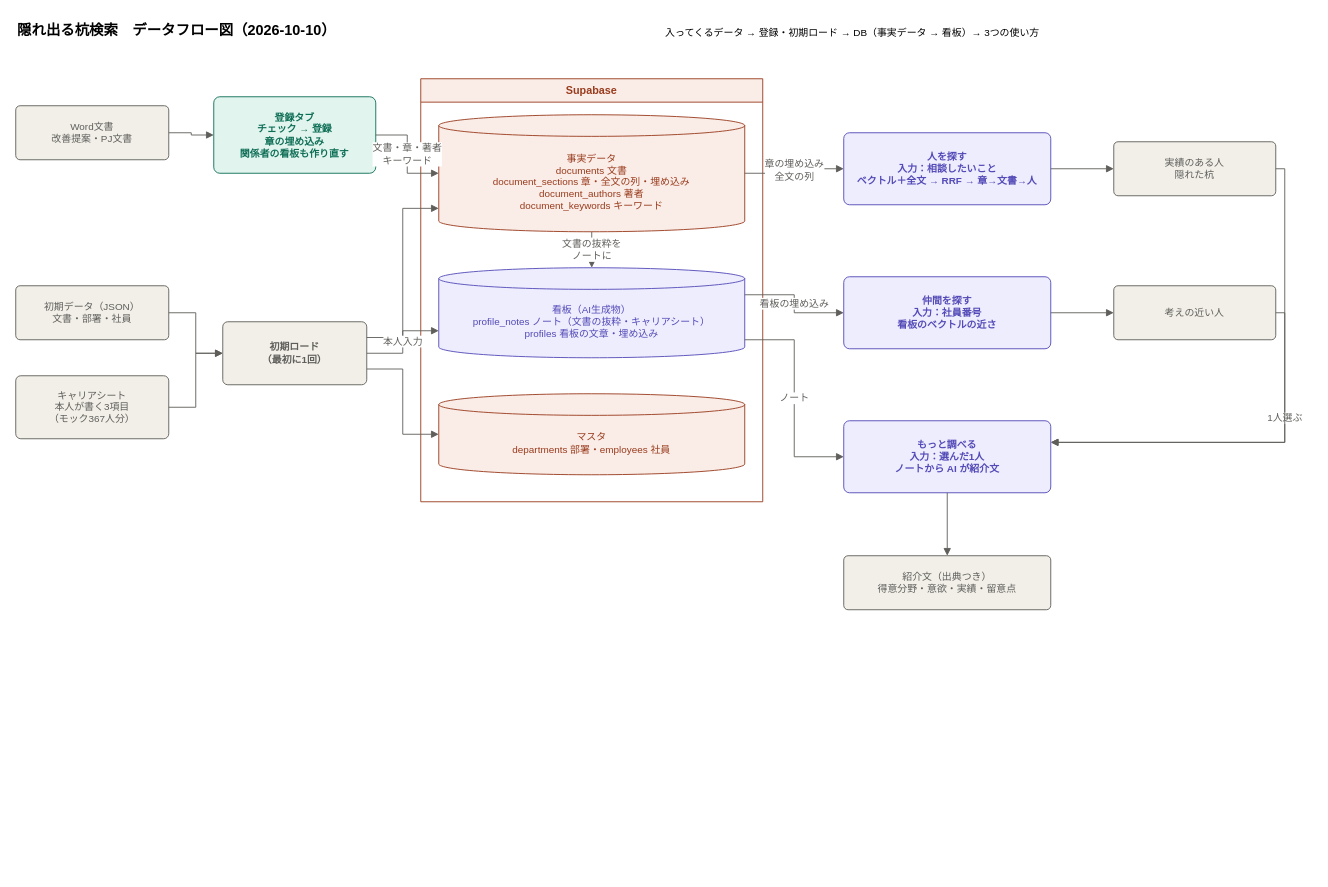
Above: page "データフロー" (2 of 2) of docs/architecture.drawio in emon0415/DATA-TRIANGLE_261013 (draw.io), before the change. Source tidied: cells renumbered, new cells numbered last; positions are measured from the earlier drawing's top-left corner, leaving out a move shared by most shapes. Both pictures are drawn from the tidied source at 90%, with x=0, y=0 at pixel (15, 15).
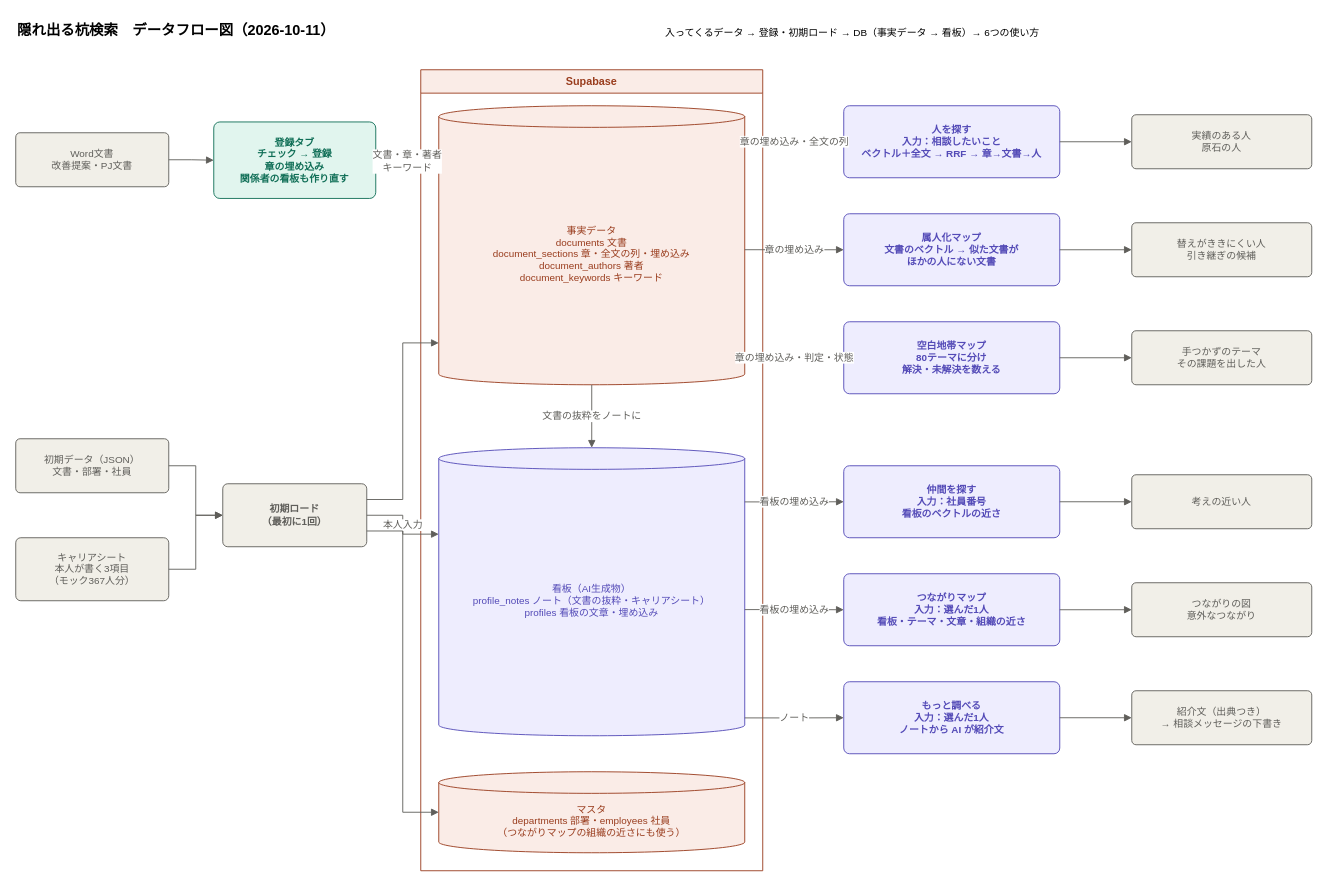
After the change.

What changed in the source:
```diff
@@
-    <mxCell id="2" value="隠れ出る杭検索　データフロー図（2026-10-10）" style="text;html=1;whiteSpace=wrap;align=left;verticalAlign=top;fontSize=16;fontStyle=1;" parent="1" vertex="1">
+    <mxCell id="2" value="隠れ出る杭検索　データフロー図（2026-10-11）" style="text;html=1;whiteSpace=wrap;align=left;verticalAlign=top;fontSize=16;fontStyle=1;" parent="1" vertex="1">
       <mxGeometry width="700" height="30" as="geometry" />
     </mxCell>
-    <mxCell id="3" value="入ってくるデータ → 登録・初期ロード → DB（事実データ → 看板）→ 3つの使い方" style="text;html=1;whiteSpace=wrap;align=left;verticalAlign=top;fontSize=11;" parent="1" vertex="1">
+    <mxCell id="3" value="入ってくるデータ → 登録・初期ロード → DB（事実データ → 看板）→ 6つの使い方" style="text;html=1;whiteSpace=wrap;align=left;verticalAlign=top;fontSize=11;" parent="1" vertex="1">
       <mxGeometry x="720" y="6" width="640" height="24" as="geometry" />
     </mxCell>
     <mxCell id="4" value="Word文書&lt;br&gt;改善提案・PJ文書" style="rounded=1;arcSize=8;whiteSpace=wrap;html=1;fontSize=11;fillColor=#F1EFE8;strokeColor=#5F5E5A;fontColor=#5F5E5A;" parent="1" vertex="1">
-      <mxGeometry y="100" width="170" height="60" as="geometry" />
+      <mxGeometry y="130" width="170" height="60" as="geometry" />
     </mxCell>
     <mxCell id="5" value="初期データ（JSON）&lt;br&gt;文書・部署・社員" style="rounded=1;arcSize=8;whiteSpace=wrap;html=1;fontSize=11;fillColor=#F1EFE8;strokeColor=#5F5E5A;fontColor=#5F5E5A;" parent="1" vertex="1">
-      <mxGeometry y="300" width="170" height="60" as="geometry" />
+      <mxGeometry y="470" width="170" height="60" as="geometry" />
     </mxCell>
     <mxCell id="6" value="キャリアシート&lt;br&gt;本人が書く3項目&lt;br&gt;（モック367人分）" style="rounded=1;arcSize=8;whiteSpace=wrap;html=1;fontSize=11;fillColor=#F1EFE8;strokeColor=#5F5E5A;fontColor=#5F5E5A;" parent="1" vertex="1">
-      <mxGeometry y="400" width="170" height="70" as="geometry" />
+      <mxGeometry y="580" width="170" height="70" as="geometry" />
     </mxCell>
     <mxCell id="7" value="登録タブ&lt;br&gt;チェック → 登録&lt;br&gt;章の埋め込み&lt;br&gt;関係者の看板も作り直す" style="rounded=1;arcSize=8;whiteSpace=wrap;html=1;fontSize=11;fillColor=#E1F5EE;strokeColor=#0F6E56;fontColor=#0F6E56;fontStyle=1;" parent="1" vertex="1">
-      <mxGeometry x="220" y="90" width="180" height="85" as="geometry" />
+      <mxGeometry x="220" y="118" width="180" height="85" as="geometry" />
     </mxCell>
     <mxCell id="8" value="初期ロード&lt;br&gt;（最初に1回）" style="rounded=1;arcSize=8;whiteSpace=wrap;html=1;fontSize=11;fillColor=#F1EFE8;strokeColor=#5F5E5A;fontColor=#5F5E5A;fontStyle=1;" parent="1" vertex="1">
-      <mxGeometry x="230" y="340" width="160" height="70" as="geometry" />
+      <mxGeometry x="230" y="520" width="160" height="70" as="geometry" />
     </mxCell>
     <mxCell id="9" value="Supabase" style="swimlane;fontStyle=1;startSize=26;horizontal=1;html=1;whiteSpace=wrap;fillColor=#FAECE7;strokeColor=#993C1D;fontColor=#993C1D;swimlaneFillColor=#FFFFFF;rounded=0;" parent="1" vertex="1">
-      <mxGeometry x="450" y="70" width="380" height="470" as="geometry" />
+      <mxGeometry x="450" y="60" width="380" height="890" as="geometry" />
     </mxCell>
     <mxCell id="10" value="事実データ&lt;br&gt;documents 文書&lt;br&gt;document_sections 章・全文の列・埋め込み&lt;br&gt;document_authors 著者&lt;br&gt;document_keywords キーワード" style="shape=cylinder3;boundedLbl=1;backgroundOutline=1;size=12;whiteSpace=wrap;html=1;fontSize=11;fillColor=#FAECE7;strokeColor=#993C1D;fontColor=#993C1D;" parent="9" vertex="1">
-      <mxGeometry x="20" y="40" width="340" height="130" as="geometry" />
+      <mxGeometry x="20" y="40" width="340" height="310" as="geometry" />
     </mxCell>
     <mxCell id="11" value="看板（AI生成物）&lt;br&gt;profile_notes ノート（文書の抜粋・キャリアシート）&lt;br&gt;profiles 看板の文章・埋め込み" style="shape=cylinder3;boundedLbl=1;backgroundOutline=1;size=12;whiteSpace=wrap;html=1;fontSize=11;fillColor=#EEEDFE;strokeColor=#534AB7;fontColor=#534AB7;" parent="9" vertex="1">
-      <mxGeometry x="20" y="210" width="340" height="100" as="geometry" />
+      <mxGeometry x="20" y="420" width="340" height="320" as="geometry" />
     </mxCell>
-    <mxCell id="12" value="マスタ&lt;br&gt;departments 部署・employees 社員" style="shape=cylinder3;boundedLbl=1;backgroundOutline=1;size=12;whiteSpace=wrap;html=1;fontSize=11;fillColor=#FAECE7;strokeColor=#993C1D;fontColor=#993C1D;" parent="9" vertex="1">
-      <mxGeometry x="20" y="350" width="340" height="90" as="geometry" />
+    <mxCell id="12" value="マスタ&lt;br&gt;departments 部署・employees 社員&lt;br&gt;（つながりマップの組織の近さにも使う）" style="shape=cylinder3;boundedLbl=1;backgroundOutline=1;size=12;whiteSpace=wrap;html=1;fontSize=11;fillColor=#FAECE7;strokeColor=#993C1D;fontColor=#993C1D;" parent="9" vertex="1">
+      <mxGeometry x="20" y="780" width="340" height="90" as="geometry" />
     </mxCell>
     <mxCell id="13" value="人を探す&lt;br&gt;入力：相談したいこと&lt;br&gt;ベクトル＋全文 → RRF → 章→文書→人" style="rounded=1;arcSize=8;whiteSpace=wrap;html=1;fontSize=11;fillColor=#EEEDFE;strokeColor=#534AB7;fontColor=#534AB7;fontStyle=1;" parent="1" vertex="1">
-      <mxGeometry x="920" y="130" width="230" height="80" as="geometry" />
+      <mxGeometry x="920" y="100" width="240" height="80" as="geometry" />
     </mxCell>
-    <mxCell id="14" value="仲間を探す&lt;br&gt;入力：社員番号&lt;br&gt;看板のベクトルの近さ" style="rounded=1;arcSize=8;whiteSpace=wrap;html=1;fontSize=11;fillColor=#EEEDFE;strokeColor=#534AB7;fontColor=#534AB7;fontStyle=1;" parent="1" vertex="1">
-      <mxGeometry x="920" y="290" width="230" height="80" as="geometry" />
-    </mxCell>
-    <mxCell id="15" value="もっと調べる&lt;br&gt;入力：選んだ1人&lt;br&gt;ノートから AI が紹介文" style="rounded=1;arcSize=8;whiteSpace=wrap;html=1;fontSize=11;fillColor=#EEEDFE;strokeColor=#534AB7;fontColor=#534AB7;fontStyle=1;" parent="1" vertex="1">
-      <mxGeometry x="920" y="450" width="230" height="80" as="geometry" />
-    </mxCell>
-    <mxCell id="16" value="実績のある人&lt;br&gt;隠れた杭" style="rounded=1;arcSize=8;whiteSpace=wrap;html=1;fontSize=11;fillColor=#F1EFE8;strokeColor=#5F5E5A;fontColor=#5F5E5A;" parent="1" vertex="1">
-      <mxGeometry x="1220" y="140" width="180" height="60" as="geometry" />
+    <mxCell id="16" value="実績のある人&lt;br&gt;原石の人" style="rounded=1;arcSize=8;whiteSpace=wrap;html=1;fontSize=11;fillColor=#F1EFE8;strokeColor=#5F5E5A;fontColor=#5F5E5A;" parent="1" vertex="1">
+      <mxGeometry x="1240" y="110" width="200" height="60" as="geometry" />
     </mxCell>
-    <mxCell id="17" value="考えの近い人" style="rounded=1;arcSize=8;whiteSpace=wrap;html=1;fontSize=11;fillColor=#F1EFE8;strokeColor=#5F5E5A;fontColor=#5F5E5A;" parent="1" vertex="1">
-      <mxGeometry x="1220" y="300" width="180" height="60" as="geometry" />
-    </mxCell>
-    <mxCell id="18" value="紹介文（出典つき）&lt;br&gt;得意分野・意欲・実績・留意点" style="rounded=1;arcSize=8;whiteSpace=wrap;html=1;fontSize=11;fillColor=#F1EFE8;strokeColor=#5F5E5A;fontColor=#5F5E5A;" parent="1" vertex="1">
-      <mxGeometry x="920" y="600" width="230" height="60" as="geometry" />
-    </mxCell>
+    <mxCell id="30" style="edgeStyle=orthogonalEdgeStyle;rounded=0;html=1;fontSize=11;labelBackgroundColor=#FFFFFF;endArrow=block;endFill=1;strokeColor=#5F5E5A;fontColor=#5F5E5A;" parent="1" edge="1" source="13" target="16">
+      <mxGeometry relative="1" as="geometry" />
+    </mxCell>
+    <mxCell id="35" value="章の埋め込み・全文の列" style="edgeStyle=orthogonalEdgeStyle;rounded=0;html=1;fontSize=11;labelBackgroundColor=#FFFFFF;endArrow=block;endFill=1;strokeColor=#5F5E5A;fontColor=#5F5E5A;exitX=1;exitY=0.129;entryX=0;entryY=0.5;" parent="1" edge="1" source="10" target="13">
+      <mxGeometry relative="1" as="geometry" />
+    </mxCell>
+    <mxCell id="36" value="属人化マップ&lt;br&gt;文書のベクトル → 似た文書が&lt;br&gt;ほかの人にない文書" style="rounded=1;arcSize=8;whiteSpace=wrap;html=1;fontSize=11;fillColor=#EEEDFE;strokeColor=#534AB7;fontColor=#534AB7;fontStyle=1;" parent="1" vertex="1">
+      <mxGeometry x="920" y="220" width="240" height="80" as="geometry" />
+    </mxCell>
+    <mxCell id="37" value="替えがききにくい人&lt;br&gt;引き継ぎの候補" style="rounded=1;arcSize=8;whiteSpace=wrap;html=1;fontSize=11;fillColor=#F1EFE8;strokeColor=#5F5E5A;fontColor=#5F5E5A;" parent="1" vertex="1">
+      <mxGeometry x="1240" y="230" width="200" height="60" as="geometry" />
+    </mxCell>
-    <mxCell id="19" style="edgeStyle=orthogonalEdgeStyle;rounded=0;html=1;fontSize=11;labelBackgroundColor=#FFFFFF;endArrow=block;endFill=1;strokeColor=#5F5E5A;fontColor=#5F5E5A;" parent="1" edge="1" source="4" target="7">
+    <mxCell id="19" style="edgeStyle=orthogonalEdgeStyle;rounded=0;html=1;fontSize=11;labelBackgroundColor=#FFFFFF;endArrow=block;endFill=1;strokeColor=#5F5E5A;fontColor=#5F5E5A;" parent="1" edge="1" source="36" target="37">
       <mxGeometry relative="1" as="geometry" />
     </mxCell>
-    <mxCell id="20" style="edgeStyle=orthogonalEdgeStyle;rounded=0;html=1;fontSize=11;labelBackgroundColor=#FFFFFF;endArrow=block;endFill=1;strokeColor=#5F5E5A;fontColor=#5F5E5A;" parent="1" edge="1" source="5" target="8">
+    <mxCell id="20" value="章の埋め込み" style="edgeStyle=orthogonalEdgeStyle;rounded=0;html=1;fontSize=11;labelBackgroundColor=#FFFFFF;endArrow=block;endFill=1;strokeColor=#5F5E5A;fontColor=#5F5E5A;exitX=1;exitY=0.516;entryX=0;entryY=0.5;" parent="1" edge="1" source="10" target="36">
       <mxGeometry relative="1" as="geometry" />
     </mxCell>
+    <mxCell id="38" value="空白地帯マップ&lt;br&gt;80テーマに分け&lt;br&gt;解決・未解決を数える" style="rounded=1;arcSize=8;whiteSpace=wrap;html=1;fontSize=11;fillColor=#EEEDFE;strokeColor=#534AB7;fontColor=#534AB7;fontStyle=1;" parent="1" vertex="1">
+      <mxGeometry x="920" y="340" width="240" height="80" as="geometry" />
+    </mxCell>
+    <mxCell id="39" value="手つかずのテーマ&lt;br&gt;その課題を出した人" style="rounded=1;arcSize=8;whiteSpace=wrap;html=1;fontSize=11;fillColor=#F1EFE8;strokeColor=#5F5E5A;fontColor=#5F5E5A;" parent="1" vertex="1">
+      <mxGeometry x="1240" y="350" width="200" height="60" as="geometry" />
+    </mxCell>
+    <mxCell id="23" style="edgeStyle=orthogonalEdgeStyle;rounded=0;html=1;fontSize=11;labelBackgroundColor=#FFFFFF;endArrow=block;endFill=1;strokeColor=#5F5E5A;fontColor=#5F5E5A;" parent="1" edge="1" source="38" target="39">
+      <mxGeometry relative="1" as="geometry" />
+    </mxCell>
+    <mxCell id="24" value="章の埋め込み・判定・状態" style="edgeStyle=orthogonalEdgeStyle;rounded=0;html=1;fontSize=11;labelBackgroundColor=#FFFFFF;endArrow=block;endFill=1;strokeColor=#5F5E5A;fontColor=#5F5E5A;exitX=1;exitY=0.903;entryX=0;entryY=0.5;" parent="1" edge="1" source="10" target="38">
+      <mxGeometry relative="1" as="geometry" />
+    </mxCell>
+    <mxCell id="14" value="仲間を探す&lt;br&gt;入力：社員番号&lt;br&gt;看板のベクトルの近さ" style="rounded=1;arcSize=8;whiteSpace=wrap;html=1;fontSize=11;fillColor=#EEEDFE;strokeColor=#534AB7;fontColor=#534AB7;fontStyle=1;" parent="1" vertex="1">
+      <mxGeometry x="920" y="500" width="240" height="80" as="geometry" />
+    </mxCell>
+    <mxCell id="17" value="考えの近い人" style="rounded=1;arcSize=8;whiteSpace=wrap;html=1;fontSize=11;fillColor=#F1EFE8;strokeColor=#5F5E5A;fontColor=#5F5E5A;" parent="1" vertex="1">
+      <mxGeometry x="1240" y="510" width="200" height="60" as="geometry" />
+    </mxCell>
+    <mxCell id="27" style="edgeStyle=orthogonalEdgeStyle;rounded=0;html=1;fontSize=11;labelBackgroundColor=#FFFFFF;endArrow=block;endFill=1;strokeColor=#5F5E5A;fontColor=#5F5E5A;" parent="1" edge="1" source="14" target="17">
+      <mxGeometry relative="1" as="geometry" />
+    </mxCell>
+    <mxCell id="28" value="看板の埋め込み" style="edgeStyle=orthogonalEdgeStyle;rounded=0;html=1;fontSize=11;labelBackgroundColor=#FFFFFF;endArrow=block;endFill=1;strokeColor=#5F5E5A;fontColor=#5F5E5A;exitX=1;exitY=0.188;entryX=0;entryY=0.5;" parent="1" edge="1" source="11" target="14">
+      <mxGeometry relative="1" as="geometry" />
+    </mxCell>
+    <mxCell id="40" value="つながりマップ&lt;br&gt;入力：選んだ1人&lt;br&gt;看板・テーマ・文章・組織の近さ" style="rounded=1;arcSize=8;whiteSpace=wrap;html=1;fontSize=11;fillColor=#EEEDFE;strokeColor=#534AB7;fontColor=#534AB7;fontStyle=1;" parent="1" vertex="1">
+      <mxGeometry x="920" y="620" width="240" height="80" as="geometry" />
+    </mxCell>
+    <mxCell id="41" value="つながりの図&lt;br&gt;意外なつながり" style="rounded=1;arcSize=8;whiteSpace=wrap;html=1;fontSize=11;fillColor=#F1EFE8;strokeColor=#5F5E5A;fontColor=#5F5E5A;" parent="1" vertex="1">
+      <mxGeometry x="1240" y="630" width="200" height="60" as="geometry" />
+    </mxCell>
+    <mxCell id="31" style="edgeStyle=orthogonalEdgeStyle;rounded=0;html=1;fontSize=11;labelBackgroundColor=#FFFFFF;endArrow=block;endFill=1;strokeColor=#5F5E5A;fontColor=#5F5E5A;" parent="1" edge="1" source="40" target="41">
+      <mxGeometry relative="1" as="geometry" />
+    </mxCell>
+    <mxCell id="32" value="看板の埋め込み" style="edgeStyle=orthogonalEdgeStyle;rounded=0;html=1;fontSize=11;labelBackgroundColor=#FFFFFF;endArrow=block;endFill=1;strokeColor=#5F5E5A;fontColor=#5F5E5A;exitX=1;exitY=0.562;entryX=0;entryY=0.5;" parent="1" edge="1" source="11" target="40">
+      <mxGeometry relative="1" as="geometry" />
+    </mxCell>
+    <mxCell id="15" value="もっと調べる&lt;br&gt;入力：選んだ1人&lt;br&gt;ノートから AI が紹介文" style="rounded=1;arcSize=8;whiteSpace=wrap;html=1;fontSize=11;fillColor=#EEEDFE;strokeColor=#534AB7;fontColor=#534AB7;fontStyle=1;" parent="1" vertex="1">
+      <mxGeometry x="920" y="740" width="240" height="80" as="geometry" />
+    </mxCell>
+    <mxCell id="18" value="紹介文（出典つき）&lt;br&gt;→ 相談メッセージの下書き" style="rounded=1;arcSize=8;whiteSpace=wrap;html=1;fontSize=11;fillColor=#F1EFE8;strokeColor=#5F5E5A;fontColor=#5F5E5A;" parent="1" vertex="1">
+      <mxGeometry x="1240" y="750" width="200" height="60" as="geometry" />
+    </mxCell>
+    <mxCell id="42" style="edgeStyle=orthogonalEdgeStyle;rounded=0;html=1;fontSize=11;labelBackgroundColor=#FFFFFF;endArrow=block;endFill=1;strokeColor=#5F5E5A;fontColor=#5F5E5A;" parent="1" edge="1" source="15" target="18">
+      <mxGeometry relative="1" as="geometry" />
+    </mxCell>
+    <mxCell id="29" value="ノート" style="edgeStyle=orthogonalEdgeStyle;rounded=0;html=1;fontSize=11;labelBackgroundColor=#FFFFFF;endArrow=block;endFill=1;strokeColor=#5F5E5A;fontColor=#5F5E5A;exitX=1;exitY=0.938;entryX=0;entryY=0.5;" parent="1" edge="1" source="11" target="15">
+      <mxGeometry relative="1" as="geometry" />
+    </mxCell>
+    <mxCell id="43" style="edgeStyle=orthogonalEdgeStyle;rounded=0;html=1;fontSize=11;labelBackgroundColor=#FFFFFF;endArrow=block;endFill=1;strokeColor=#5F5E5A;fontColor=#5F5E5A;" parent="1" edge="1" source="4" target="7">
+      <mxGeometry relative="1" as="geometry" />
+    </mxCell>
+    <mxCell id="44" style="edgeStyle=orthogonalEdgeStyle;rounded=0;html=1;fontSize=11;labelBackgroundColor=#FFFFFF;endArrow=block;endFill=1;strokeColor=#5F5E5A;fontColor=#5F5E5A;" parent="1" edge="1" source="5" target="8">
+      <mxGeometry relative="1" as="geometry" />
+    </mxCell>
@@
-    <mxCell id="22" value="文書・章・著者&lt;br&gt;キーワード" style="edgeStyle=orthogonalEdgeStyle;rounded=0;html=1;fontSize=11;labelBackgroundColor=#FFFFFF;endArrow=block;endFill=1;strokeColor=#5F5E5A;fontColor=#5F5E5A;" parent="1" edge="1" source="7" target="10">
+    <mxCell id="22" value="文書・章・著者&lt;br&gt;キーワード" style="edgeStyle=orthogonalEdgeStyle;rounded=0;html=1;fontSize=11;labelBackgroundColor=#FFFFFF;endArrow=block;endFill=1;strokeColor=#5F5E5A;fontColor=#5F5E5A;exitX=1;exitY=0.5;entryX=0;entryY=0.2;" parent="1" edge="1" source="7" target="10">
       <mxGeometry relative="1" as="geometry" />
     </mxCell>
-    <mxCell id="23" style="edgeStyle=orthogonalEdgeStyle;rounded=0;html=1;fontSize=11;labelBackgroundColor=#FFFFFF;endArrow=block;endFill=1;strokeColor=#5F5E5A;fontColor=#5F5E5A;exitX=1;exitY=0.25;entryX=0;entryY=0.8;" parent="1" edge="1" source="8" target="10">
-      <mxGeometry relative="1" as="geometry" />
-    </mxCell>
-    <mxCell id="24" value="本人入力" style="edgeStyle=orthogonalEdgeStyle;rounded=0;html=1;fontSize=11;labelBackgroundColor=#FFFFFF;endArrow=block;endFill=1;strokeColor=#5F5E5A;fontColor=#5F5E5A;exitX=1;exitY=0.5;entryX=0;entryY=0.7;" parent="1" edge="1" source="8" target="11">
-      <mxGeometry relative="1" as="geometry" />
-    </mxCell>
+    <mxCell id="45" style="edgeStyle=orthogonalEdgeStyle;rounded=0;html=1;fontSize=11;labelBackgroundColor=#FFFFFF;endArrow=block;endFill=1;strokeColor=#5F5E5A;fontColor=#5F5E5A;exitX=1;exitY=0.25;entryX=0;entryY=0.85;" parent="1" edge="1" source="8" target="10">
+      <mxGeometry relative="1" as="geometry" />
+    </mxCell>
+    <mxCell id="46" value="本人入力" style="edgeStyle=orthogonalEdgeStyle;rounded=0;html=1;fontSize=11;labelBackgroundColor=#FFFFFF;endArrow=block;endFill=1;strokeColor=#5F5E5A;fontColor=#5F5E5A;exitX=1;exitY=0.5;entryX=0;entryY=0.3;" parent="1" edge="1" source="8" target="11">
+      <mxGeometry relative="1" as="geometry" />
+    </mxCell>
@@
-    <mxCell id="26" value="文書の抜粋を&lt;br&gt;ノートに" style="edgeStyle=orthogonalEdgeStyle;rounded=0;html=1;fontSize=11;labelBackgroundColor=#FFFFFF;endArrow=block;endFill=1;strokeColor=#5F5E5A;fontColor=#5F5E5A;" parent="1" edge="1" source="10" target="11">
+    <mxCell id="26" value="文書の抜粋をノートに" style="edgeStyle=orthogonalEdgeStyle;rounded=0;html=1;fontSize=11;labelBackgroundColor=#FFFFFF;endArrow=block;endFill=1;strokeColor=#5F5E5A;fontColor=#5F5E5A;" parent="1" edge="1" source="10" target="11">
       <mxGeometry relative="1" as="geometry" />
     </mxCell>
-    <mxCell id="27" value="章の埋め込み&lt;br&gt;全文の列" style="edgeStyle=orthogonalEdgeStyle;rounded=0;html=1;fontSize=11;labelBackgroundColor=#FFFFFF;endArrow=block;endFill=1;strokeColor=#5F5E5A;fontColor=#5F5E5A;exitX=1;exitY=0.5;entryX=0;entryY=0.5;" parent="1" edge="1" source="10" target="13">
-      <mxGeometry relative="1" as="geometry" />
-    </mxCell>
-    <mxCell id="28" value="看板の埋め込み" style="edgeStyle=orthogonalEdgeStyle;rounded=0;html=1;fontSize=11;labelBackgroundColor=#FFFFFF;endArrow=block;endFill=1;strokeColor=#5F5E5A;fontColor=#5F5E5A;exitX=1;exitY=0.3;entryX=0;entryY=0.5;" parent="1" edge="1" source="11" target="14">
-      <mxGeometry relative="1" as="geometry" />
-    </mxCell>
-    <mxCell id="29" value="ノート" style="edgeStyle=orthogonalEdgeStyle;rounded=0;html=1;fontSize=11;labelBackgroundColor=#FFFFFF;endArrow=block;endFill=1;strokeColor=#5F5E5A;fontColor=#5F5E5A;exitX=1;exitY=0.8;entryX=0;entryY=0.5;" parent="1" edge="1" source="11" target="15">
-      <mxGeometry relative="1" as="geometry" />
-    </mxCell>
-    <mxCell id="30" style="edgeStyle=orthogonalEdgeStyle;rounded=0;html=1;fontSize=11;labelBackgroundColor=#FFFFFF;endArrow=block;endFill=1;strokeColor=#5F5E5A;fontColor=#5F5E5A;" parent="1" edge="1" source="13" target="16">
-      <mxGeometry relative="1" as="geometry" />
-    </mxCell>
-    <mxCell id="31" style="edgeStyle=orthogonalEdgeStyle;rounded=0;html=1;fontSize=11;labelBackgroundColor=#FFFFFF;endArrow=block;endFill=1;strokeColor=#5F5E5A;fontColor=#5F5E5A;" parent="1" edge="1" source="14" target="17">
-      <mxGeometry relative="1" as="geometry" />
-    </mxCell>
-    <mxCell id="32" style="edgeStyle=orthogonalEdgeStyle;rounded=0;html=1;fontSize=11;labelBackgroundColor=#FFFFFF;endArrow=block;endFill=1;strokeColor=#5F5E5A;fontColor=#5F5E5A;" parent="1" edge="1" source="15" target="18">
-      <mxGeometry relative="1" as="geometry" />
-    </mxCell>
-    <mxCell id="33" value="1人選ぶ" style="edgeStyle=orthogonalEdgeStyle;rounded=0;html=1;fontSize=11;labelBackgroundColor=#FFFFFF;endArrow=block;endFill=1;strokeColor=#5F5E5A;fontColor=#5F5E5A;exitX=1;exitY=0.5;entryX=1;entryY=0.3;" parent="1" edge="1" source="16" target="15">
-      <mxGeometry relative="1" as="geometry" />
-    </mxCell>
-    <mxCell id="34" style="edgeStyle=orthogonalEdgeStyle;rounded=0;html=1;fontSize=11;labelBackgroundColor=#FFFFFF;endArrow=block;endFill=1;strokeColor=#5F5E5A;fontColor=#5F5E5A;exitX=1;exitY=0.5;entryX=1;entryY=0.3;" parent="1" edge="1" source="17" target="15">
-      <mxGeometry relative="1" as="geometry" />
-    </mxCell>
```
